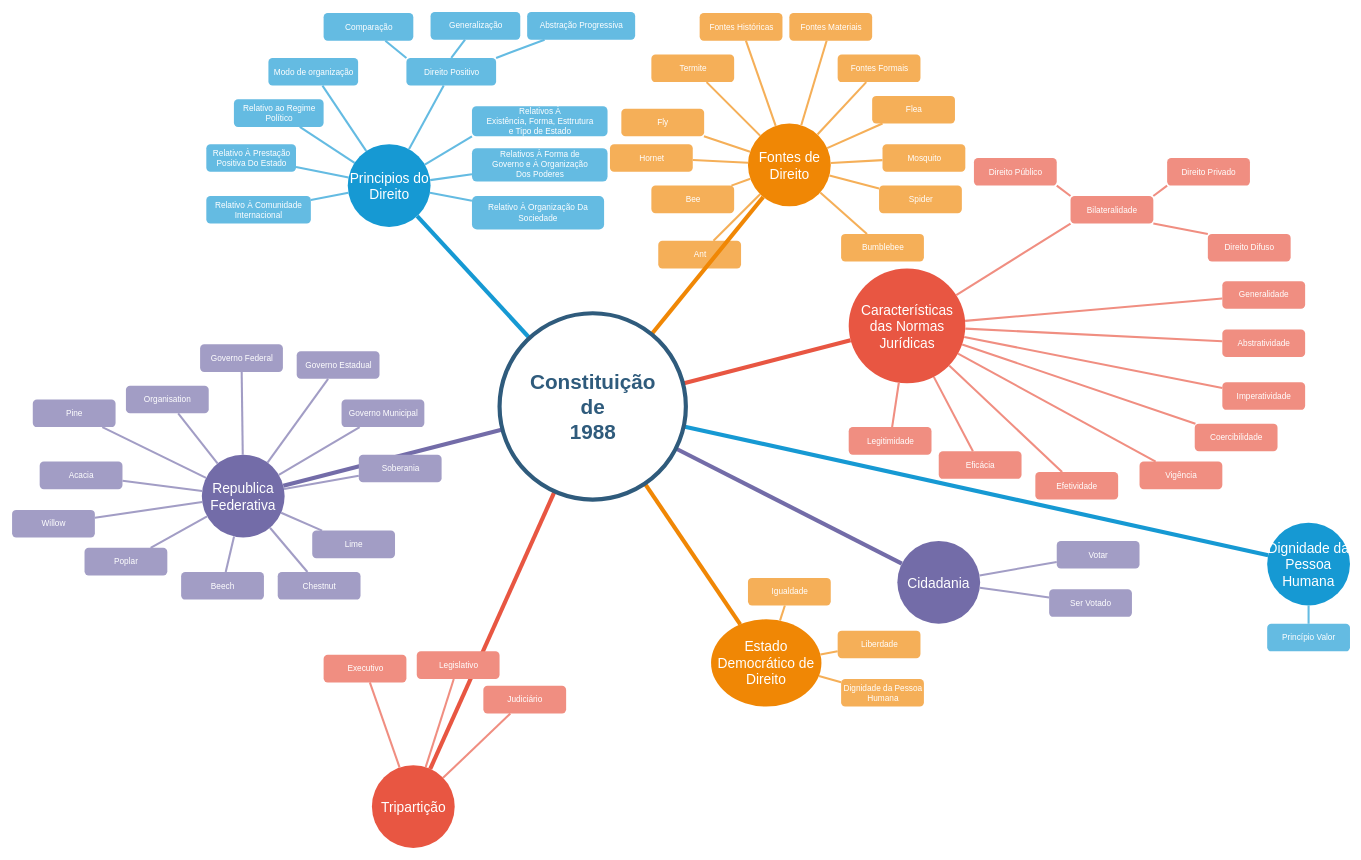
Earlier version of the draw.io diagram Direito e Legislação Atividade 01.drawio (mateuscaldasbr/Villa-Food-Delivery). Source tidied: cells renumbered, new cells numbered last; positions are measured from the earlier drawing's top-left corner, leaving out a move shared by most shapes. Both pictures are drawn from the tidied source at 69%, with x=0, y=0 at pixel (12, 12).
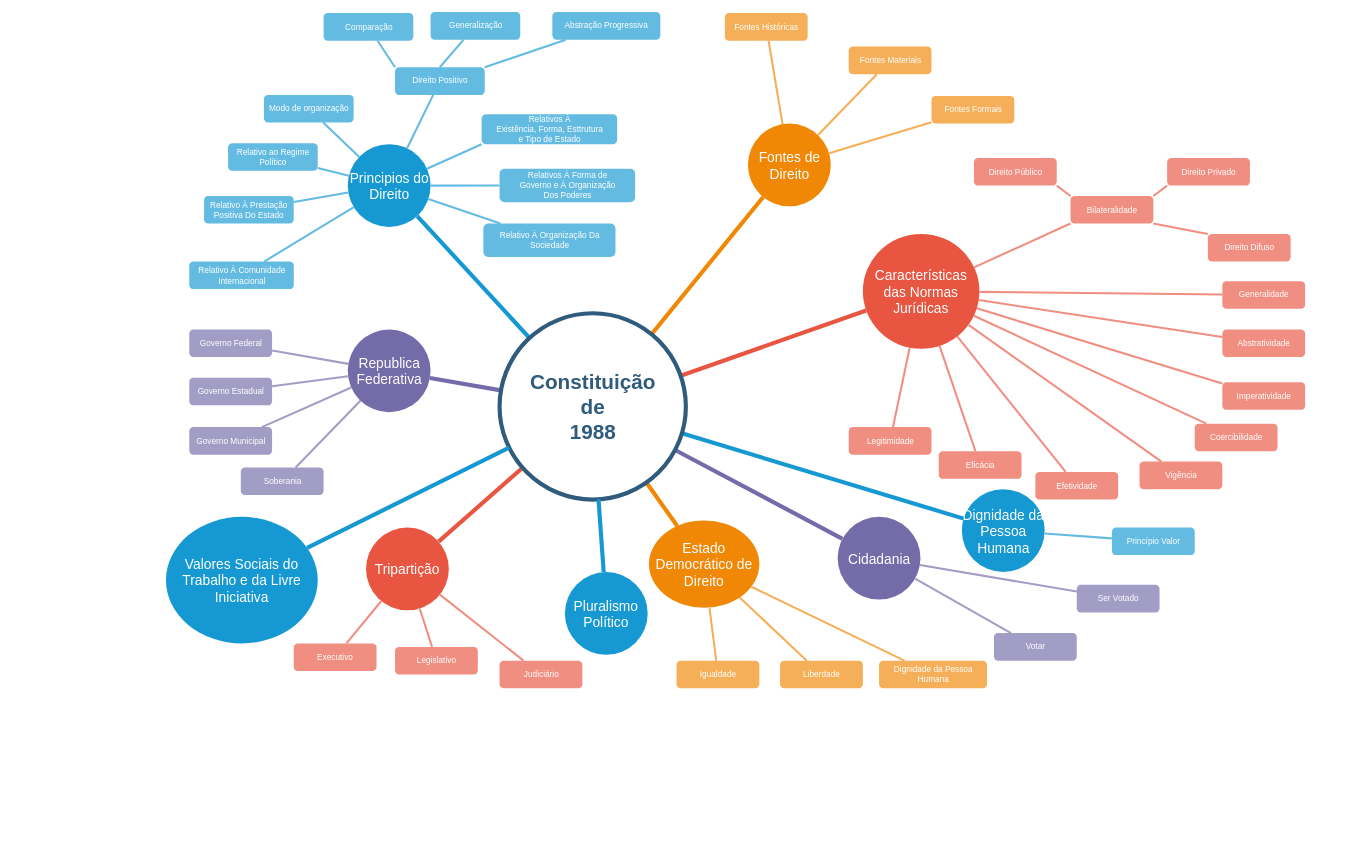
The same page after the edit.

The change refers to these unchanged cells:
```xml
<mxCell id="3" value="&lt;div&gt;Fontes de Direito&lt;/div&gt;" style="ellipse;whiteSpace=wrap;html=1;shadow=0;fontFamily=Helvetica;fontSize=20;fontColor=#FFFFFF;align=center;strokeWidth=3;fillColor=#F08705;strokeColor=none;gradientColor=none;" parent="1" vertex="1">
  <mxGeometry x="1066.5" y="161.5" width="120" height="120" as="geometry" />
</mxCell>
<mxCell id="105" value="&lt;div&gt;Constituição&lt;/div&gt;&lt;div&gt;de&lt;/div&gt;&lt;div&gt;1988&lt;br&gt;&lt;/div&gt;" style="ellipse;whiteSpace=wrap;html=1;shadow=0;fontFamily=Helvetica;fontSize=30;fontColor=#2F5B7C;align=center;strokeColor=#2F5B7C;strokeWidth=6;fillColor=#FFFFFF;fontStyle=1;gradientColor=none;" parent="1" vertex="1">
  <mxGeometry x="706.5" y="436.5" width="270" height="270" as="geometry" />
</mxCell>
```

The edit, as a diff of the source:
```diff
@@
     <mxCell id="4" value="Características&lt;br&gt;&lt;div&gt;das Normas &lt;br&gt;&lt;/div&gt;&lt;div&gt;Jurídicas&lt;br&gt;&lt;/div&gt;" style="ellipse;whiteSpace=wrap;html=1;shadow=0;fontFamily=Helvetica;fontSize=20;fontColor=#FFFFFF;align=center;strokeWidth=3;fillColor=#E85642;strokeColor=none;" parent="1" vertex="1">
-      <mxGeometry x="1212.5" y="371.5" width="169" height="166.5" as="geometry" />
+      <mxGeometry x="1233" y="321.5" width="169" height="166.5" as="geometry" />
     </mxCell>
     <mxCell id="5" value="Dignidade da Pessoa Humana" style="ellipse;whiteSpace=wrap;html=1;shadow=0;fontFamily=Helvetica;fontSize=20;fontColor=#FFFFFF;align=center;strokeWidth=3;fillColor=#1699D3;strokeColor=none;" parent="1" vertex="1">
-      <mxGeometry x="1819" y="740" width="120" height="120" as="geometry" />
+      <mxGeometry x="1376.5" y="691.5" width="120" height="120" as="geometry" />
     </mxCell>
     <mxCell id="6" value="Cidadania" style="ellipse;whiteSpace=wrap;html=1;shadow=0;fontFamily=Helvetica;fontSize=20;fontColor=#FFFFFF;align=center;strokeWidth=3;fillColor=#736ca8;strokeColor=none;" parent="1" vertex="1">
-      <mxGeometry x="1283" y="766.5" width="120" height="120" as="geometry" />
+      <mxGeometry x="1196.5" y="731.5" width="120" height="120" as="geometry" />
     </mxCell>
     <mxCell id="7" value="Estado Democrático de Direito" style="ellipse;whiteSpace=wrap;html=1;shadow=0;fontFamily=Helvetica;fontSize=20;fontColor=#FFFFFF;align=center;strokeWidth=3;fillColor=#F08705;strokeColor=none;" parent="1" vertex="1">
-      <mxGeometry x="1013" y="880" width="160" height="126.5" as="geometry" />
+      <mxGeometry x="923" y="736.8" width="160" height="126.5" as="geometry" />
     </mxCell>
     <mxCell id="8" value="&lt;div&gt;Tripartição&lt;/div&gt;" style="ellipse;whiteSpace=wrap;html=1;shadow=0;fontFamily=Helvetica;fontSize=20;fontColor=#FFFFFF;align=center;strokeWidth=3;fillColor=#E85642;strokeColor=none;" parent="1" vertex="1">
-      <mxGeometry x="521.5" y="1091.5" width="120" height="120" as="geometry" />
+      <mxGeometry x="513" y="747" width="120" height="120" as="geometry" />
     </mxCell>
-    <mxCell id="9" value="Ant" style="rounded=1;fillColor=#f5af58;strokeColor=none;strokeWidth=3;shadow=0;html=1;fontColor=#FFFFFF;" parent="1" vertex="1">
-      <mxGeometry x="936.5" y="331.5" width="120" height="40" as="geometry" />
-    </mxCell>
     <mxCell id="10" value="&lt;div&gt;Relativo À Organização Da&lt;/div&gt;&lt;div&gt;Sociedade&lt;br&gt;&lt;/div&gt;" style="rounded=1;fillColor=#64BBE2;strokeColor=none;strokeWidth=3;shadow=0;html=1;fontColor=#FFFFFF;" parent="1" vertex="1">
-      <mxGeometry x="666.5" y="266.5" width="191.5" height="48.5" as="geometry" />
+      <mxGeometry x="683" y="306.5" width="191.5" height="48.5" as="geometry" />
     </mxCell>
@@
     <mxCell id="19" value="&lt;div&gt;Relativos À Forma de&lt;/div&gt;&lt;div&gt;Governo e À Organização&lt;/div&gt;&lt;div&gt;Dos Poderes&lt;br&gt;&lt;/div&gt;" style="rounded=1;fillColor=#64BBE2;strokeColor=none;strokeWidth=3;shadow=0;html=1;fontColor=#FFFFFF;" parent="1" vertex="1">
-      <mxGeometry x="666.5" y="197.2" width="196.5" height="48.5" as="geometry" />
+      <mxGeometry x="706.5" y="227.2" width="196.5" height="48.5" as="geometry" />
     </mxCell>
     <mxCell id="20" value="&lt;div&gt;Relativo À Comunidade&lt;/div&gt;&lt;div&gt;Internacional&lt;br&gt;&lt;/div&gt;" style="rounded=1;fillColor=#64BBE2;strokeColor=none;strokeWidth=3;shadow=0;html=1;fontColor=#FFFFFF;" parent="1" vertex="1">
-      <mxGeometry x="281.5" y="266.5" width="151.5" height="40" as="geometry" />
+      <mxGeometry x="256.8" y="361.5" width="151.5" height="40" as="geometry" />
     </mxCell>
     <mxCell id="21" value="&lt;div&gt;Relativo À Prestação &lt;br&gt;&lt;/div&gt;&lt;div&gt;Positiva Do Estado&lt;br&gt;&lt;/div&gt;" style="rounded=1;fillColor=#64BBE2;strokeColor=none;strokeWidth=3;shadow=0;html=1;fontColor=#FFFFFF;" parent="1" vertex="1">
-      <mxGeometry x="281.5" y="191.5" width="130" height="40" as="geometry" />
+      <mxGeometry x="278.2" y="266.5" width="130" height="40" as="geometry" />
     </mxCell>
     <mxCell id="22" value="&lt;div&gt;Relativo ao Regime&lt;/div&gt;&lt;div&gt;Político&lt;br&gt;&lt;/div&gt;" style="rounded=1;fillColor=#64BBE2;strokeColor=none;strokeWidth=3;shadow=0;html=1;fontColor=#FFFFFF;" parent="1" vertex="1">
-      <mxGeometry x="321.5" y="126.5" width="130" height="40" as="geometry" />
+      <mxGeometry x="313" y="190" width="130" height="40" as="geometry" />
     </mxCell>
     <mxCell id="23" value="Modo de organização" style="rounded=1;fillColor=#64BBE2;strokeColor=none;strokeWidth=3;shadow=0;html=1;fontColor=#FFFFFF;" parent="1" vertex="1">
-      <mxGeometry x="371.5" y="66.5" width="130" height="40" as="geometry" />
+      <mxGeometry x="365" y="120" width="130" height="40" as="geometry" />
     </mxCell>
     <mxCell id="24" value="Abstração Progressiva" style="rounded=1;fillColor=#64BBE2;strokeColor=none;strokeWidth=3;shadow=0;html=1;fontColor=#FFFFFF;" parent="1" vertex="1">
-      <mxGeometry x="746.5" width="156.5" height="40" as="geometry" />
+      <mxGeometry x="783" width="156.5" height="40" as="geometry" />
     </mxCell>
     <mxCell id="25" value="Direito Positivo" style="rounded=1;fillColor=#64BBE2;strokeColor=none;strokeWidth=3;shadow=0;html=1;fontColor=#FFFFFF;" parent="1" vertex="1">
-      <mxGeometry x="571.5" y="66.5" width="130" height="40" as="geometry" />
+      <mxGeometry x="555" y="80" width="130" height="40" as="geometry" />
     </mxCell>
@@
     <mxCell id="28" value="&lt;div&gt;Relativos À &lt;br&gt;&lt;/div&gt;&lt;div&gt;Existência, Forma, Esttrutura&lt;/div&gt;&lt;div&gt;e Tipo de Estado&lt;br&gt;&lt;/div&gt;" style="rounded=1;fillColor=#64BBE2;strokeColor=none;strokeWidth=3;shadow=0;html=1;fontColor=#FFFFFF;" parent="1" vertex="1">
-      <mxGeometry x="666.5" y="136.5" width="196.5" height="43.5" as="geometry" />
+      <mxGeometry x="680.5" y="148" width="196.5" height="43.5" as="geometry" />
     </mxCell>
@@
-    <mxCell id="40" value="Bee" style="rounded=1;fillColor=#f5af58;strokeColor=none;strokeWidth=3;shadow=0;html=1;fontColor=#FFFFFF;" parent="1" vertex="1">
-      <mxGeometry x="926.5" y="251.5" width="120" height="40" as="geometry" />
-    </mxCell>
-    <mxCell id="41" value="Hornet" style="rounded=1;fillColor=#f5af58;strokeColor=none;strokeWidth=3;shadow=0;html=1;fontColor=#FFFFFF;" parent="1" vertex="1">
-      <mxGeometry x="866.5" y="191.5" width="120" height="40" as="geometry" />
-    </mxCell>
-    <mxCell id="42" value="Fly" style="rounded=1;fillColor=#f5af58;strokeColor=none;strokeWidth=3;shadow=0;html=1;fontColor=#FFFFFF;" parent="1" vertex="1">
-      <mxGeometry x="883" y="140" width="120" height="40" as="geometry" />
-    </mxCell>
-    <mxCell id="43" value="Termite" style="rounded=1;fillColor=#f5af58;strokeColor=none;strokeWidth=3;shadow=0;html=1;fontColor=#FFFFFF;" parent="1" vertex="1">
-      <mxGeometry x="926.5" y="61.5" width="120" height="40" as="geometry" />
-    </mxCell>
     <mxCell id="44" value="Fontes Históricas" style="rounded=1;fillColor=#f5af58;strokeColor=none;strokeWidth=3;shadow=0;html=1;fontColor=#FFFFFF;" parent="1" vertex="1">
-      <mxGeometry x="996.5" y="1.5" width="120" height="40" as="geometry" />
+      <mxGeometry x="1033" y="1.5" width="120" height="40" as="geometry" />
     </mxCell>
     <mxCell id="45" value="&lt;div&gt;Fontes Materiais&lt;/div&gt;" style="rounded=1;fillColor=#f5af58;strokeColor=none;strokeWidth=3;shadow=0;html=1;fontColor=#FFFFFF;" parent="1" vertex="1">
-      <mxGeometry x="1126.5" y="1.5" width="120" height="40" as="geometry" />
+      <mxGeometry x="1212.5" y="50" width="120" height="40" as="geometry" />
     </mxCell>
     <mxCell id="46" value="&lt;div&gt;Fontes Formais&lt;/div&gt;" style="rounded=1;fillColor=#f5af58;strokeColor=none;strokeWidth=3;shadow=0;html=1;fontColor=#FFFFFF;" parent="1" vertex="1">
-      <mxGeometry x="1196.5" y="61.5" width="120" height="40" as="geometry" />
+      <mxGeometry x="1332.5" y="121.5" width="120" height="40" as="geometry" />
     </mxCell>
-    <mxCell id="47" value="Flea" style="rounded=1;fillColor=#f5af58;strokeColor=none;strokeWidth=3;shadow=0;html=1;fontColor=#FFFFFF;" parent="1" vertex="1">
-      <mxGeometry x="1246.5" y="121.5" width="120" height="40" as="geometry" />
-    </mxCell>
-    <mxCell id="48" value="Mosquito" style="rounded=1;fillColor=#f5af58;strokeColor=none;strokeWidth=3;shadow=0;html=1;fontColor=#FFFFFF;" parent="1" vertex="1">
-      <mxGeometry x="1261.5" y="191.5" width="120" height="40" as="geometry" />
-    </mxCell>
-    <mxCell id="49" value="Spider" style="rounded=1;fillColor=#f5af58;strokeColor=none;strokeWidth=3;shadow=0;html=1;fontColor=#FFFFFF;" parent="1" vertex="1">
-      <mxGeometry x="1256.5" y="251.5" width="120" height="40" as="geometry" />
-    </mxCell>
-    <mxCell id="50" value="Bumblebee" style="rounded=1;fillColor=#f5af58;strokeColor=none;strokeWidth=3;shadow=0;html=1;fontColor=#FFFFFF;" parent="1" vertex="1">
-      <mxGeometry x="1201.5" y="321.5" width="120" height="40" as="geometry" />
-    </mxCell>
-    <mxCell id="51" style="edgeStyle=none;endArrow=none;strokeWidth=3;strokeColor=#F5AF58;html=1;" parent="1" edge="1" source="3" target="9">
-      <mxGeometry x="3.5" y="21.5" as="geometry" />
-    </mxCell>
-    <mxCell id="52" style="edgeStyle=none;endArrow=none;strokeWidth=3;strokeColor=#F5AF58;html=1;" parent="1" edge="1" source="3" target="40">
-      <mxGeometry x="3.5" y="21.5" as="geometry" />
-    </mxCell>
-    <mxCell id="53" style="edgeStyle=none;endArrow=none;strokeWidth=3;strokeColor=#F5AF58;html=1;" parent="1" edge="1" source="3" target="41">
-      <mxGeometry x="3.5" y="21.5" as="geometry" />
-    </mxCell>
-    <mxCell id="54" style="edgeStyle=none;endArrow=none;strokeWidth=3;strokeColor=#F5AF58;html=1;" parent="1" edge="1" source="3" target="42">
-      <mxGeometry x="3.5" y="21.5" as="geometry" />
-    </mxCell>
-    <mxCell id="55" style="edgeStyle=none;endArrow=none;strokeWidth=3;strokeColor=#F5AF58;html=1;" parent="1" edge="1" source="3" target="43">
-      <mxGeometry x="3.5" y="21.5" as="geometry" />
-    </mxCell>
@@
-    <mxCell id="59" style="edgeStyle=none;endArrow=none;strokeWidth=3;strokeColor=#F5AF58;html=1;" parent="1" edge="1" source="3" target="47">
-      <mxGeometry x="3.5" y="21.5" as="geometry" />
-    </mxCell>
-    <mxCell id="60" style="edgeStyle=none;endArrow=none;strokeWidth=3;strokeColor=#F5AF58;html=1;" parent="1" edge="1" source="3" target="48">
-      <mxGeometry x="3.5" y="21.5" as="geometry" />
-    </mxCell>
-    <mxCell id="61" style="edgeStyle=none;endArrow=none;strokeWidth=3;strokeColor=#F5AF58;html=1;" parent="1" edge="1" source="3" target="49">
-      <mxGeometry x="3.5" y="21.5" as="geometry" />
-    </mxCell>
-    <mxCell id="62" style="edgeStyle=none;endArrow=none;strokeWidth=3;strokeColor=#F5AF58;html=1;" parent="1" edge="1" source="3" target="50">
-      <mxGeometry x="3.5" y="21.5" as="geometry" />
-    </mxCell>
@@
     <mxCell id="87" value="Princípio Valor" style="rounded=1;fillColor=#64BBE2;strokeColor=none;strokeWidth=3;shadow=0;html=1;fontColor=#FFFFFF;" parent="1" vertex="1">
-      <mxGeometry x="1819" y="886.5" width="120" height="40" as="geometry" />
+      <mxGeometry x="1594" y="747" width="120" height="40" as="geometry" />
     </mxCell>
@@
     <mxCell id="89" value="Votar" style="rounded=1;fillColor=#a29dc5;strokeColor=none;strokeWidth=3;shadow=0;html=1;fontColor=#FFFFFF;" parent="1" vertex="1">
-      <mxGeometry x="1514" y="766.5" width="120" height="40" as="geometry" />
+      <mxGeometry x="1423" y="900" width="120" height="40" as="geometry" />
     </mxCell>
     <mxCell id="90" value="Ser Votado" style="rounded=1;fillColor=#a29dc5;strokeColor=none;strokeWidth=3;shadow=0;html=1;fontColor=#FFFFFF;" parent="1" vertex="1">
-      <mxGeometry x="1503" y="836.5" width="120" height="40" as="geometry" />
+      <mxGeometry x="1543" y="830" width="120" height="40" as="geometry" />
     </mxCell>
@@
     <mxCell id="92" value="&lt;div&gt;Dignidade da Pessoa&lt;/div&gt;&lt;div&gt; Humana&lt;/div&gt;" style="rounded=1;fillColor=#f5af58;strokeColor=none;strokeWidth=3;shadow=0;html=1;fontColor=#FFFFFF;" parent="1" vertex="1">
-      <mxGeometry x="1201.5" y="966.5" width="120" height="40" as="geometry" />
+      <mxGeometry x="1256.5" y="940" width="156.5" height="40" as="geometry" />
     </mxCell>
     <mxCell id="93" value="Igualdade" style="rounded=1;fillColor=#f5af58;strokeColor=none;strokeWidth=3;shadow=0;html=1;fontColor=#FFFFFF;" parent="1" vertex="1">
-      <mxGeometry x="1066.5" y="820" width="120" height="40" as="geometry" />
+      <mxGeometry x="963" y="940" width="120" height="40" as="geometry" />
     </mxCell>
     <mxCell id="94" value="Liberdade" style="rounded=1;fillColor=#f5af58;strokeColor=none;strokeWidth=3;shadow=0;html=1;fontColor=#FFFFFF;" parent="1" vertex="1">
-      <mxGeometry x="1196.5" y="896.5" width="120" height="40" as="geometry" />
+      <mxGeometry x="1113" y="940" width="120" height="40" as="geometry" />
     </mxCell>
@@
     <mxCell id="98" value="Legislativo" style="rounded=1;fillColor=#f08e81;strokeColor=none;strokeWidth=3;shadow=0;html=1;fontColor=#FFFFFF;" parent="1" vertex="1">
-      <mxGeometry x="586.5" y="926.5" width="120" height="40" as="geometry" />
+      <mxGeometry x="555" y="920" width="120" height="40" as="geometry" />
     </mxCell>
     <mxCell id="99" value="Executivo" style="rounded=1;fillColor=#f08e81;strokeColor=none;strokeWidth=3;shadow=0;html=1;fontColor=#FFFFFF;" parent="1" vertex="1">
-      <mxGeometry x="451.5" y="931.5" width="120" height="40" as="geometry" />
+      <mxGeometry x="408.2" y="915" width="120" height="40" as="geometry" />
     </mxCell>
     <mxCell id="100" value="Judiciário" style="rounded=1;fillColor=#f08e81;strokeColor=none;strokeWidth=3;shadow=0;html=1;fontColor=#FFFFFF;" parent="1" vertex="1">
-      <mxGeometry x="683" y="976.5" width="120" height="40" as="geometry" />
+      <mxGeometry x="706.5" y="940" width="120" height="40" as="geometry" />
     </mxCell>
@@
     <mxCell id="106" value="Republica Federativa" style="ellipse;whiteSpace=wrap;html=1;shadow=0;fontFamily=Helvetica;fontSize=20;fontColor=#FFFFFF;align=center;strokeWidth=3;fillColor=#736ca8;strokeColor=none;" parent="1" vertex="1">
-      <mxGeometry x="275" y="641.5" width="120" height="120" as="geometry" />
+      <mxGeometry x="486.5" y="460" width="120" height="120" as="geometry" />
     </mxCell>
-    <mxCell id="107" value="Organisation" style="rounded=1;fillColor=#a29dc5;strokeColor=none;strokeWidth=3;shadow=0;html=1;fontColor=#FFFFFF;" parent="1" vertex="1">
-      <mxGeometry x="165" y="541.5" width="120" height="40" as="geometry" />
-    </mxCell>
     <mxCell id="108" value="Governo Federal" style="rounded=1;fillColor=#a29dc5;strokeColor=none;strokeWidth=3;shadow=0;html=1;fontColor=#FFFFFF;" parent="1" vertex="1">
-      <mxGeometry x="272.5" y="481.5" width="120" height="40" as="geometry" />
+      <mxGeometry x="256.8" y="460" width="120" height="40" as="geometry" />
     </mxCell>
     <mxCell id="109" value="Governo Estadual" style="rounded=1;fillColor=#a29dc5;strokeColor=none;strokeWidth=3;shadow=0;html=1;fontColor=#FFFFFF;" parent="1" vertex="1">
-      <mxGeometry x="412.5" y="491.5" width="120" height="40" as="geometry" />
+      <mxGeometry x="256.8" y="530" width="120" height="40" as="geometry" />
     </mxCell>
     <mxCell id="110" value="Governo Municipal" style="rounded=1;fillColor=#a29dc5;strokeColor=none;strokeWidth=3;shadow=0;html=1;fontColor=#FFFFFF;" parent="1" vertex="1">
-      <mxGeometry x="477.5" y="561.5" width="120" height="40" as="geometry" />
+      <mxGeometry x="256.8" y="601.5" width="120" height="40" as="geometry" />
     </mxCell>
     <mxCell id="111" value="&lt;div&gt;Soberania&lt;/div&gt;" style="rounded=1;fillColor=#a29dc5;strokeColor=none;strokeWidth=3;shadow=0;html=1;fontColor=#FFFFFF;" parent="1" vertex="1">
-      <mxGeometry x="502.5" y="641.5" width="120" height="40" as="geometry" />
+      <mxGeometry x="331.5" y="660" width="120" height="40" as="geometry" />
     </mxCell>
-    <mxCell id="112" value="Pine" style="rounded=1;fillColor=#a29dc5;strokeColor=none;strokeWidth=3;shadow=0;html=1;fontColor=#FFFFFF;" parent="1" vertex="1">
-      <mxGeometry x="30" y="561.5" width="120" height="40" as="geometry" />
-    </mxCell>
-    <mxCell id="113" value="Lime" style="rounded=1;fillColor=#a29dc5;strokeColor=none;strokeWidth=3;shadow=0;html=1;fontColor=#FFFFFF;" parent="1" vertex="1">
-      <mxGeometry x="435" y="751.5" width="120" height="40" as="geometry" />
-    </mxCell>
-    <mxCell id="114" value="Chestnut" style="rounded=1;fillColor=#a29dc5;strokeColor=none;strokeWidth=3;shadow=0;html=1;fontColor=#FFFFFF;" parent="1" vertex="1">
-      <mxGeometry x="385" y="811.5" width="120" height="40" as="geometry" />
-    </mxCell>
-    <mxCell id="115" value="Beech" style="rounded=1;fillColor=#a29dc5;strokeColor=none;strokeWidth=3;shadow=0;html=1;fontColor=#FFFFFF;" parent="1" vertex="1">
-      <mxGeometry x="245" y="811.5" width="120" height="40" as="geometry" />
-    </mxCell>
-    <mxCell id="116" value="Poplar" style="rounded=1;fillColor=#a29dc5;strokeColor=none;strokeWidth=3;shadow=0;html=1;fontColor=#FFFFFF;" parent="1" vertex="1">
-      <mxGeometry x="105" y="776.5" width="120" height="40" as="geometry" />
-    </mxCell>
-    <mxCell id="117" value="Willow" style="rounded=1;fillColor=#a29dc5;strokeColor=none;strokeWidth=3;shadow=0;html=1;fontColor=#FFFFFF;" parent="1" vertex="1">
-      <mxGeometry y="721.5" width="120" height="40" as="geometry" />
-    </mxCell>
-    <mxCell id="118" style="edgeStyle=none;endArrow=none;strokeWidth=3;strokeColor=#A29DC5;html=1;" parent="1" edge="1" source="106" target="107">
-      <mxGeometry x="-1498" y="-303.5" as="geometry" />
-    </mxCell>
-    <mxCell id="119" value="Acacia" style="rounded=1;fillColor=#a29dc5;strokeColor=none;strokeWidth=3;shadow=0;html=1;fontColor=#FFFFFF;" parent="1" vertex="1">
-      <mxGeometry x="40" y="651.5" width="120" height="40" as="geometry" />
-    </mxCell>
@@
-    <mxCell id="124" style="edgeStyle=none;endArrow=none;strokeWidth=3;strokeColor=#A29DC5;html=1;" parent="1" edge="1" source="106" target="112">
-      <mxGeometry x="-1498" y="-303.5" as="geometry" />
-    </mxCell>
-    <mxCell id="125" style="edgeStyle=none;endArrow=none;strokeWidth=3;strokeColor=#A29DC5;html=1;" parent="1" edge="1" source="106" target="113">
-      <mxGeometry x="-1498" y="-303.5" as="geometry" />
-    </mxCell>
-    <mxCell id="126" style="edgeStyle=none;endArrow=none;strokeWidth=3;strokeColor=#A29DC5;html=1;" parent="1" edge="1" source="106" target="114">
-      <mxGeometry x="-1498" y="-303.5" as="geometry" />
-    </mxCell>
-    <mxCell id="127" style="edgeStyle=none;endArrow=none;strokeWidth=3;strokeColor=#A29DC5;html=1;" parent="1" edge="1" source="106" target="115">
-      <mxGeometry x="-1498" y="-303.5" as="geometry" />
-    </mxCell>
-    <mxCell id="128" style="edgeStyle=none;endArrow=none;strokeWidth=3;strokeColor=#A29DC5;html=1;" parent="1" edge="1" source="106" target="116">
-      <mxGeometry x="-1498" y="-303.5" as="geometry" />
-    </mxCell>
-    <mxCell id="129" style="edgeStyle=none;endArrow=none;strokeWidth=3;strokeColor=#A29DC5;html=1;" parent="1" edge="1" source="106" target="117">
-      <mxGeometry x="-1498" y="-303.5" as="geometry" />
-    </mxCell>
-    <mxCell id="130" style="edgeStyle=none;endArrow=none;strokeWidth=3;strokeColor=#A29DC5;html=1;" parent="1" edge="1" source="106" target="119">
-      <mxGeometry x="-1498" y="-303.5" as="geometry" />
-    </mxCell>
@@
-    <mxCell id="132" style="edgeStyle=none;rounded=0;html=1;exitX=0.5;exitY=1;endArrow=none;endFill=0;jettySize=auto;orthogonalLoop=1;strokeColor=#736CA8;strokeWidth=2;fillColor=#64bbe2;fontSize=20;fontColor=#23445D;" parent="1" edge="1" source="119" target="119">
-      <mxGeometry relative="1" as="geometry" />
+    <mxCell id="132" style="edgeStyle=none;rounded=0;html=1;exitX=0.5;exitY=1;endArrow=none;endFill=0;jettySize=auto;orthogonalLoop=1;strokeColor=#736CA8;strokeWidth=2;fillColor=#64bbe2;fontSize=20;fontColor=#23445D;" parent="1" edge="1">
+      <mxGeometry relative="1" as="geometry">
+        <mxPoint x="100" y="691.5" as="sourcePoint" />
+        <mxPoint x="100" y="691.5" as="targetPoint" />
+      </mxGeometry>
     </mxCell>
+    <mxCell id="133" value="Valores Sociais do Trabalho e da Livre Iniciativa" style="ellipse;whiteSpace=wrap;html=1;shadow=0;fontFamily=Helvetica;fontSize=20;fontColor=#FFFFFF;align=center;strokeWidth=3;fillColor=#1699D3;strokeColor=none;" parent="1" vertex="1">
+      <mxGeometry x="223" y="731.5" width="220" height="183.5" as="geometry" />
+    </mxCell>
+    <mxCell id="134" style="endArrow=none;strokeWidth=6;strokeColor=#1699D3;html=1;" parent="1" edge="1" source="105" target="133">
+      <mxGeometry relative="1" as="geometry" />
+    </mxCell>
+    <mxCell id="135" value="Pluralismo Político" style="ellipse;whiteSpace=wrap;html=1;shadow=0;fontFamily=Helvetica;fontSize=20;fontColor=#FFFFFF;align=center;strokeWidth=3;fillColor=#1699D3;strokeColor=none;" parent="1" vertex="1">
+      <mxGeometry x="801.2" y="811.5" width="120" height="120" as="geometry" />
+    </mxCell>
+    <mxCell id="136" style="endArrow=none;strokeWidth=6;strokeColor=#1699D3;html=1;" parent="1" edge="1" source="105" target="135">
+      <mxGeometry relative="1" as="geometry" />
+    </mxCell>
```
